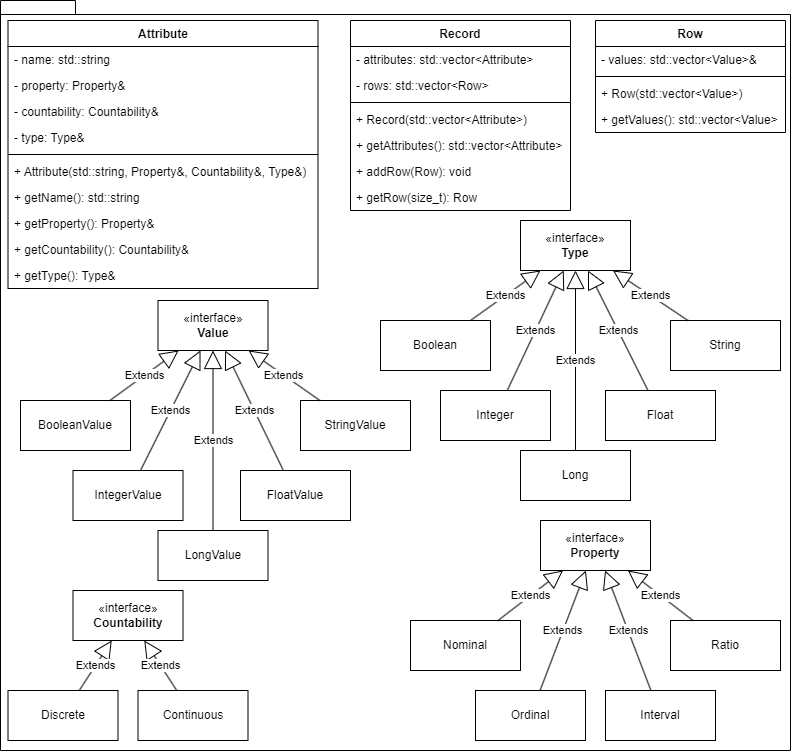
The draw.io diagram docs/data_representation.png in mwhicks-dev/cppml, before a commit. Source tidied: cells renumbered, new cells last; positions are measured from the earlier drawing's top-left corner, leaving out a move shared by most shapes.
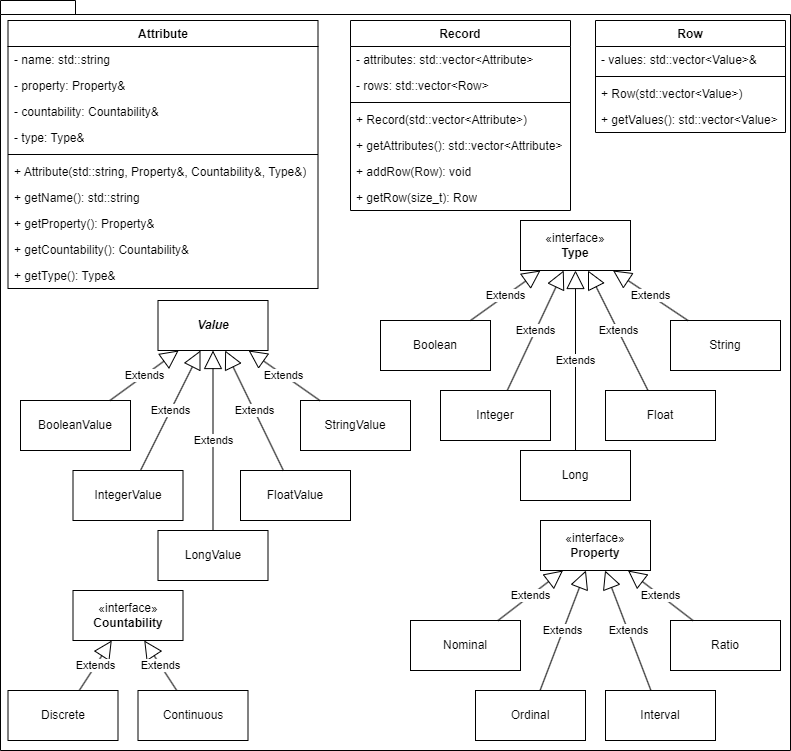
The same diagram one commit later.

Commit message:
Updated data rep UML with abstract Value as opposed to interface

Diff of the diagram source:
```diff
@@ -110,7 +110,7 @@
     <mxCell id="37" value="Extends" style="endArrow=block;endSize=16;endFill=0;html=1;rounded=0;" parent="1" edge="1" source="36" target="38">
       <mxGeometry relative="1" as="geometry" />
     </mxCell>
-    <mxCell id="38" value="«interface»&lt;br&gt;&lt;b&gt;Value&lt;/b&gt;" style="html=1;whiteSpace=wrap;" parent="1" vertex="1">
+    <mxCell id="38" value="&lt;b&gt;&lt;i&gt;Value&lt;/i&gt;&lt;/b&gt;" style="html=1;whiteSpace=wrap;" parent="1" vertex="1">
       <mxGeometry x="157.5" y="300" width="110" height="50" as="geometry" />
     </mxCell>
     <mxCell id="39" value="Attribute" style="swimlane;fontStyle=1;align=center;verticalAlign=top;horizontal=1;startSize=26;whiteSpace=wrap;html=1;" parent="1" vertex="1">
```
